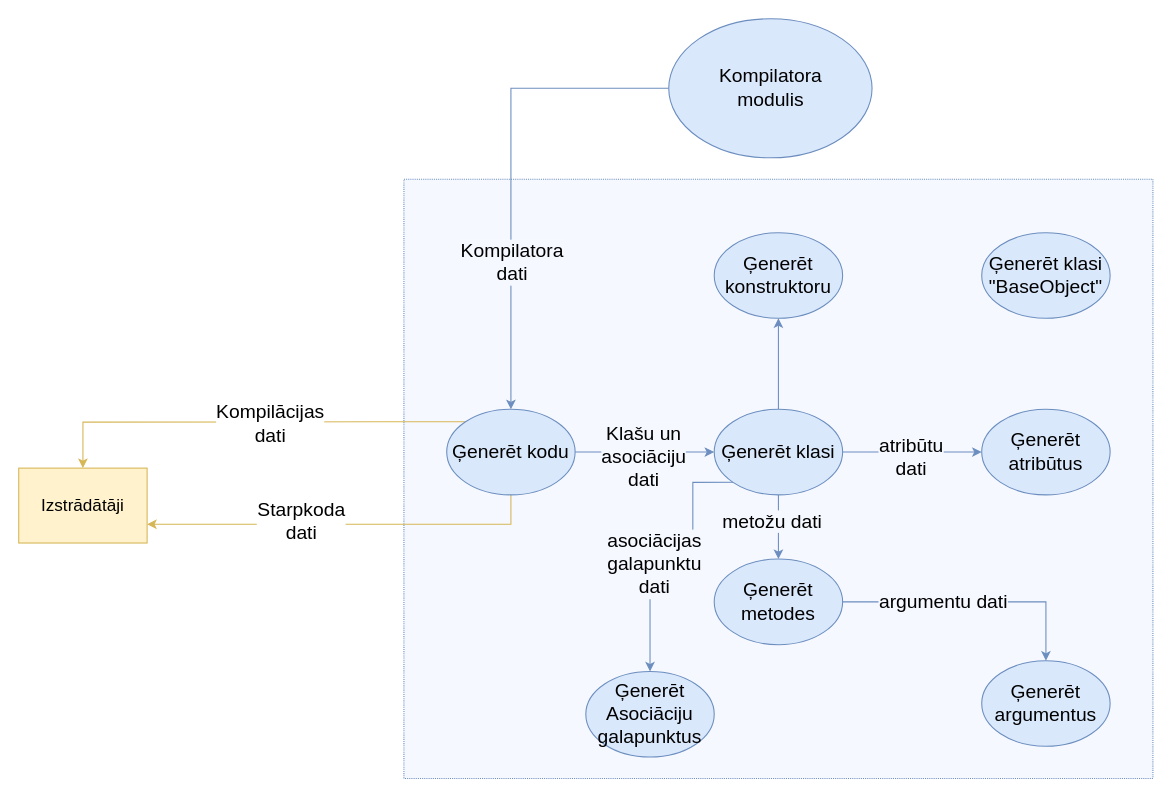
The draw.io diagram page "Ģenerators" (5 of 9) of src/Qualification project/Documentation/Diagrammas/DPD.drawio in artiks12/webAppOS, before the edit. Source tidied: cells renumbered, new cells numbered last; positions are measured from the earlier drawing's top-left corner, leaving out a move shared by most shapes. Both pictures are drawn from the tidied source at 107%, with x=0, y=0 at pixel (18, 18).
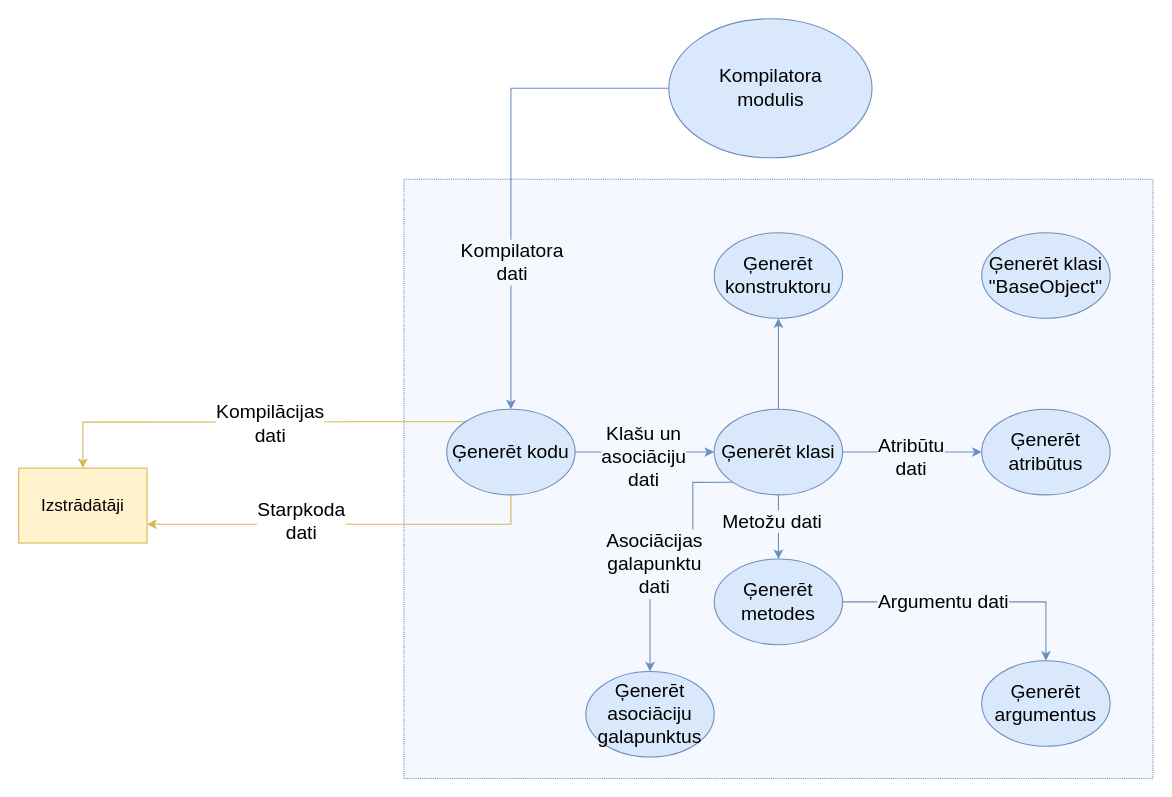
The same page after the edit.

The edit, as a diff of the source:
```diff
@@
-    <mxCell id="15" value="&lt;font style=&quot;font-size: 18px&quot;&gt;Ģenerēt Asociāciju galapunktus&lt;/font&gt;" style="ellipse;whiteSpace=wrap;html=1;fillColor=#dae8fc;strokeColor=#6c8ebf;" parent="1" vertex="1">
+    <mxCell id="15" value="&lt;font style=&quot;font-size: 18px&quot;&gt;Ģenerēt asociāciju galapunktus&lt;/font&gt;" style="ellipse;whiteSpace=wrap;html=1;fillColor=#dae8fc;strokeColor=#6c8ebf;" parent="1" vertex="1">
       <mxGeometry x="530" y="610" width="120" height="80" as="geometry" />
     </mxCell>
@@
-    <mxCell id="24" value="&lt;span style=&quot;font-size: 18px&quot;&gt;metožu dati&lt;/span&gt;" style="edgeLabel;html=1;align=center;verticalAlign=middle;labelBackgroundColor=#F5F8FF;" parent="1" vertex="1">
+    <mxCell id="24" value="&lt;span style=&quot;font-size: 18px&quot;&gt;Metožu dati&lt;/span&gt;" style="edgeLabel;html=1;align=center;verticalAlign=middle;labelBackgroundColor=#F5F8FF;" parent="1" vertex="1">
       <mxGeometry x="710" y="480" as="geometry">
         <mxPoint x="-7" y="-11" as="offset" />
       </mxGeometry>
     </mxCell>
-    <mxCell id="25" value="&lt;span style=&quot;font-size: 18px&quot;&gt;atribūtu&lt;br&gt;dati&lt;/span&gt;" style="edgeLabel;html=1;align=center;verticalAlign=middle;labelBackgroundColor=#F5F8FF;" parent="1" vertex="1">
+    <mxCell id="25" value="&lt;span style=&quot;font-size: 18px&quot;&gt;Atribūtu&lt;br&gt;dati&lt;/span&gt;" style="edgeLabel;html=1;align=center;verticalAlign=middle;labelBackgroundColor=#F5F8FF;" parent="1" vertex="1">
       <mxGeometry x="840" y="420" as="geometry">
         <mxPoint x="-7" y="-11" as="offset" />
       </mxGeometry>
     </mxCell>
-    <mxCell id="26" value="&lt;span style=&quot;font-size: 18px&quot;&gt;argumentu dati&lt;/span&gt;" style="edgeLabel;html=1;align=center;verticalAlign=middle;labelBackgroundColor=#F5F8FF;" parent="1" vertex="1">
+    <mxCell id="26" value="&lt;span style=&quot;font-size: 18px&quot;&gt;Argumentu dati&lt;/span&gt;" style="edgeLabel;html=1;align=center;verticalAlign=middle;labelBackgroundColor=#F5F8FF;" parent="1" vertex="1">
       <mxGeometry x="870" y="555" as="geometry">
         <mxPoint x="-7" y="-11" as="offset" />
       </mxGeometry>
     </mxCell>
-    <mxCell id="27" value="&lt;span style=&quot;font-size: 18px&quot;&gt;asociācijas&lt;br&gt;galapunktu&lt;br&gt;dati&lt;br&gt;&lt;/span&gt;" style="edgeLabel;html=1;align=center;verticalAlign=middle;labelBackgroundColor=#F5F8FF;" parent="1" vertex="1">
+    <mxCell id="27" value="&lt;span style=&quot;font-size: 18px&quot;&gt;Asociācijas&lt;br&gt;galapunktu&lt;br&gt;dati&lt;br&gt;&lt;/span&gt;" style="edgeLabel;html=1;align=center;verticalAlign=middle;labelBackgroundColor=#F5F8FF;" parent="1" vertex="1">
       <mxGeometry x="600" y="520" as="geometry">
         <mxPoint x="-7" y="-11" as="offset" />
       </mxGeometry>
     </mxCell>
```
